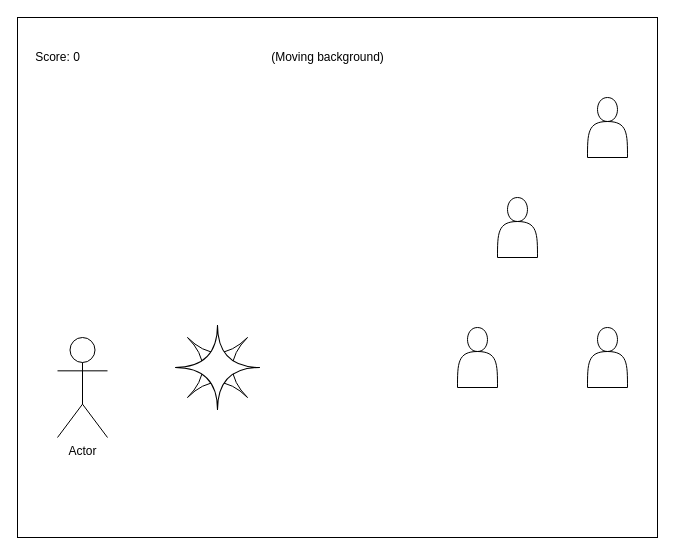
KaitlynIp64/Final-Project---Kaitlyn-and-Ava keeps this draw.io diagram as designs/storyboard.drawio. Above is the earlier version. Source tidied: cells renumbered, new cells numbered last; positions are measured from the earlier drawing's top-left corner, leaving out a move shared by most shapes. Both pictures are drawn from the tidied source at 100%, with x=0, y=0 at pixel (17, 17).
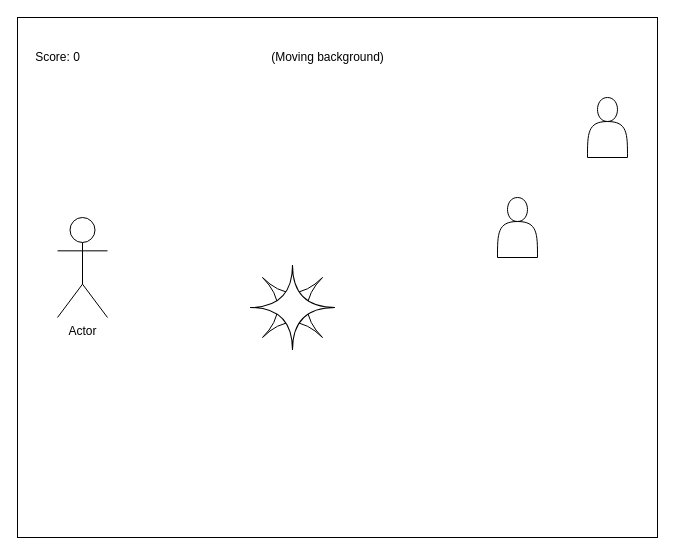
After the change.

Diff of the diagram source:
```diff
@@
 <mxGraphModel>
   <root>
     <mxCell id="0" />
     <mxCell id="1" parent="0" />
     <mxCell id="2" style="rounded=0;whiteSpace=wrap;html=1;" parent="1" vertex="1">
       <mxGeometry width="640" height="520" as="geometry" />
     </mxCell>
     <mxCell id="3" value="Score: 0" style="text;html=1;align=center;verticalAlign=middle;strokeColor=none;fillColor=none;" parent="1" vertex="1">
       <mxGeometry x="10" y="30" width="60" height="20" as="geometry" />
     </mxCell>
     <mxCell id="4" value="(Moving background)" style="text;html=1;align=center;verticalAlign=middle;strokeColor=none;fillColor=none;" parent="1" vertex="1">
       <mxGeometry x="245" y="30" width="130" height="20" as="geometry" />
     </mxCell>
     <mxCell id="5" value="Actor" style="shape=umlActor;verticalLabelPosition=bottom;verticalAlign=top;html=1;" parent="1" vertex="1">
-      <mxGeometry x="40" y="320" width="50" height="100" as="geometry" />
+      <mxGeometry x="40" y="200" width="50" height="100" as="geometry" />
     </mxCell>
     <mxCell id="6" style="shape=switch;whiteSpace=wrap;html=1;" parent="1" vertex="1">
-      <mxGeometry x="170" y="320" width="60" height="60" as="geometry" />
+      <mxGeometry x="245" y="260" width="60" height="60" as="geometry" />
     </mxCell>
     <mxCell id="7" style="shape=switch;whiteSpace=wrap;html=1;rotation=45;" parent="1" vertex="1">
-      <mxGeometry x="170" y="320" width="60" height="60" as="geometry" />
+      <mxGeometry x="245" y="260" width="60" height="60" as="geometry" />
     </mxCell>
-    <mxCell id="8" style="shape=actor;whiteSpace=wrap;html=1;" parent="1" vertex="1">
-      <mxGeometry x="570" y="310" width="40" height="60" as="geometry" />
-    </mxCell>
     <mxCell id="9" style="shape=actor;whiteSpace=wrap;html=1;" parent="1" vertex="1">
       <mxGeometry x="480" y="180" width="40" height="60" as="geometry" />
     </mxCell>
     <mxCell id="10" style="shape=actor;whiteSpace=wrap;html=1;" parent="1" vertex="1">
       <mxGeometry x="570" y="80" width="40" height="60" as="geometry" />
     </mxCell>
-    <mxCell id="11" style="shape=actor;whiteSpace=wrap;html=1;" parent="1" vertex="1">
-      <mxGeometry x="440" y="310" width="40" height="60" as="geometry" />
-    </mxCell>
   </root>
 </mxGraphModel>
```
